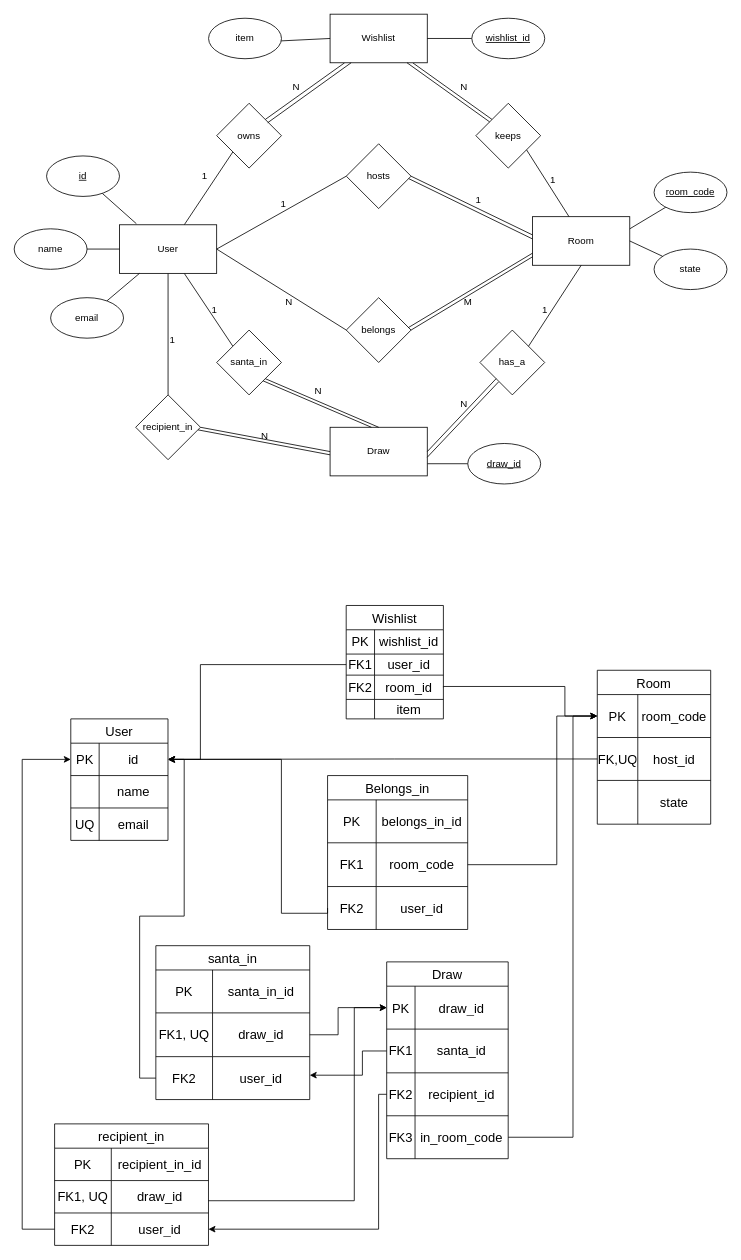
Before: Docs/erd w_ erm (5).drawio.xml in vjloable/secretsanta, a draw.io diagram. Source tidied: cells renumbered, new cells numbered last; positions are measured from the earlier drawing's top-left corner, leaving out a move shared by most shapes. Both pictures are drawn from the tidied source at 81%, with x=0, y=0 at pixel (14, 14).
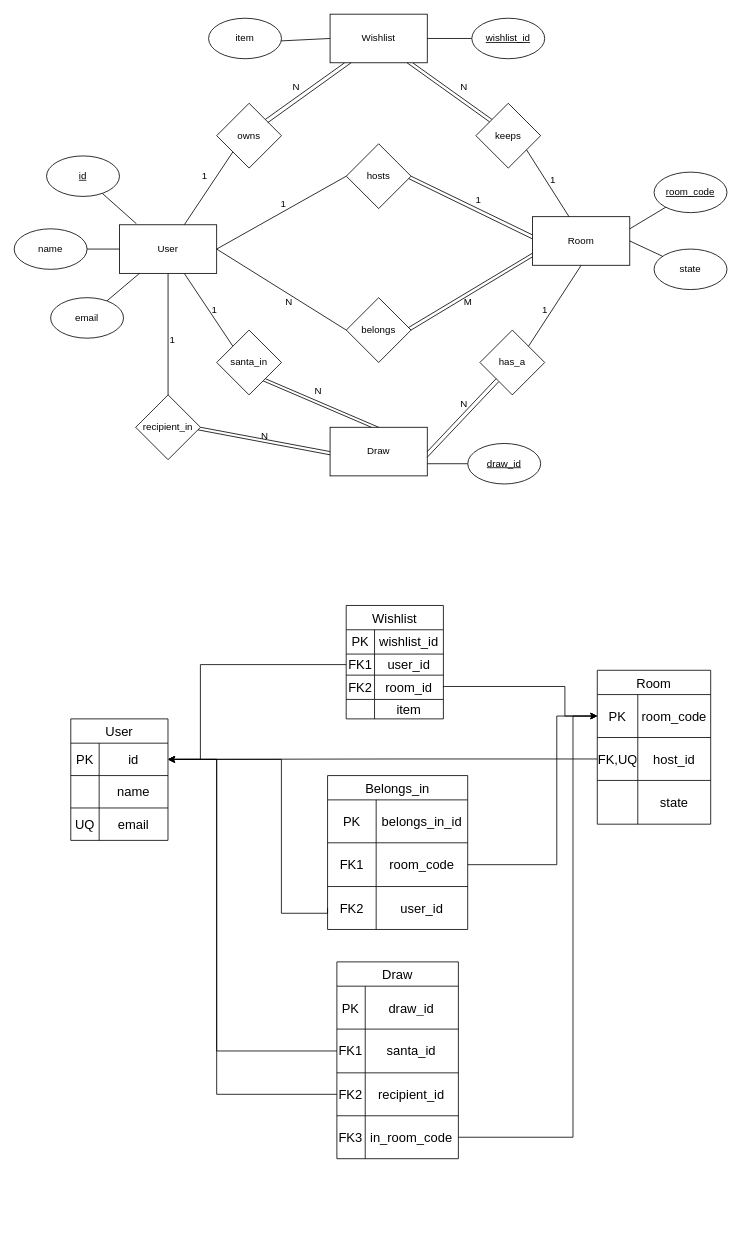
The same diagram, later.

Commit message:
docs: removed santa_in & recipient_in

Unchanged cells that the change refers to:
```xml
<mxCell id="65" style="shape=tableRow;horizontal=0;startSize=0;swimlaneHead=0;swimlaneBody=0;strokeColor=inherit;top=0;left=0;bottom=0;right=0;fillColor=none;points=[[0,0.5],[1,0.5]];portConstraint=eastwest;fontSize=16;" parent="64" vertex="1">
  <mxGeometry y="30" width="120" height="40" as="geometry" />
</mxCell>
<mxCell id="98" style="shape=tableRow;horizontal=0;startSize=0;swimlaneHead=0;swimlaneBody=0;strokeColor=inherit;top=0;left=0;bottom=0;right=0;fillColor=none;points=[[0,0.5],[1,0.5]];portConstraint=eastwest;fontSize=16;" parent="97" vertex="1">
  <mxGeometry y="30" width="150" height="53" as="geometry" />
</mxCell>
<mxCell id="101" style="shape=tableRow;horizontal=0;startSize=0;swimlaneHead=0;swimlaneBody=0;strokeColor=inherit;top=0;left=0;bottom=0;right=0;fillColor=none;points=[[0,0.5],[1,0.5]];portConstraint=eastwest;fontSize=16;" parent="97" vertex="1">
  <mxGeometry y="83" width="150" height="54" as="geometry" />
</mxCell>
<mxCell id="104" style="shape=tableRow;horizontal=0;startSize=0;swimlaneHead=0;swimlaneBody=0;strokeColor=inherit;top=0;left=0;bottom=0;right=0;fillColor=none;points=[[0,0.5],[1,0.5]];portConstraint=eastwest;fontSize=16;" parent="97" vertex="1">
  <mxGeometry y="137" width="150" height="53" as="geometry" />
</mxCell>
```

The edit, as a diff of the source:
```diff
@@
     <mxCell id="97" value="Draw" style="shape=table;startSize=30;childLayout=tableLayout;strokeColor=default;fontSize=16;" parent="1" vertex="1">
-      <mxGeometry x="459.9" y="1170" width="150" height="243" as="geometry" />
+      <mxGeometry x="398.4" y="1170" width="150" height="243" as="geometry" />
     </mxCell>
@@
-    <mxCell id="110" value="santa_in" style="shape=table;startSize=30;childLayout=tableLayout;strokeColor=default;fontSize=16;" parent="1" vertex="1">
-      <mxGeometry x="174.9" y="1150" width="190" height="190" as="geometry" />
-    </mxCell>
-    <mxCell id="111" style="shape=tableRow;horizontal=0;startSize=0;swimlaneHead=0;swimlaneBody=0;strokeColor=inherit;top=0;left=0;bottom=0;right=0;fillColor=none;fontSize=16;" parent="110" vertex="1">
-      <mxGeometry y="30" width="190" height="53" as="geometry" />
-    </mxCell>
-    <mxCell id="112" value="PK" style="shape=partialRectangle;html=1;whiteSpace=wrap;strokeColor=inherit;overflow=hidden;fillColor=none;top=0;left=0;bottom=0;right=0;fontSize=16;" parent="111" vertex="1">
-      <mxGeometry width="70" height="53" as="geometry" />
-    </mxCell>
-    <mxCell id="113" value="santa_in_id" style="shape=partialRectangle;html=1;whiteSpace=wrap;strokeColor=inherit;overflow=hidden;fillColor=none;top=0;left=0;bottom=0;right=0;fontSize=16;" parent="111" vertex="1">
-      <mxGeometry x="70" width="120" height="53" as="geometry" />
-    </mxCell>
-    <mxCell id="114" style="shape=tableRow;horizontal=0;startSize=0;swimlaneHead=0;swimlaneBody=0;strokeColor=inherit;top=0;left=0;bottom=0;right=0;fillColor=none;points=[[0,0.5],[1,0.5]];portConstraint=eastwest;fontSize=16;" parent="110" vertex="1">
-      <mxGeometry y="83" width="190" height="54" as="geometry" />
-    </mxCell>
-    <mxCell id="115" value="FK1, UQ" style="shape=partialRectangle;html=1;whiteSpace=wrap;strokeColor=inherit;overflow=hidden;fillColor=none;top=0;left=0;bottom=0;right=0;fontSize=16;" parent="114" vertex="1">
-      <mxGeometry width="70" height="54" as="geometry" />
-    </mxCell>
-    <mxCell id="116" value="draw_id" style="shape=partialRectangle;html=1;whiteSpace=wrap;strokeColor=inherit;overflow=hidden;fillColor=none;top=0;left=0;bottom=0;right=0;fontSize=16;" parent="114" vertex="1">
-      <mxGeometry x="70" width="120" height="54" as="geometry" />
-    </mxCell>
-    <mxCell id="117" style="shape=tableRow;horizontal=0;startSize=0;swimlaneHead=0;swimlaneBody=0;strokeColor=inherit;top=0;left=0;bottom=0;right=0;fillColor=none;points=[[0,0.5],[1,0.5]];portConstraint=eastwest;fontSize=16;" parent="110" vertex="1">
-      <mxGeometry y="137" width="190" height="53" as="geometry" />
-    </mxCell>
-    <mxCell id="118" value="FK2" style="shape=partialRectangle;html=1;whiteSpace=wrap;strokeColor=inherit;overflow=hidden;fillColor=none;top=0;left=0;bottom=0;right=0;fontSize=16;" parent="117" vertex="1">
-      <mxGeometry width="70" height="53" as="geometry" />
-    </mxCell>
-    <mxCell id="119" value="user_id" style="shape=partialRectangle;html=1;whiteSpace=wrap;strokeColor=inherit;overflow=hidden;fillColor=none;top=0;left=0;bottom=0;right=0;fontSize=16;" parent="117" vertex="1">
-      <mxGeometry x="70" width="120" height="53" as="geometry" />
-    </mxCell>
-    <mxCell id="120" value="recipient_in" style="shape=table;startSize=30;childLayout=tableLayout;strokeColor=default;fontSize=16;" parent="1" vertex="1">
-      <mxGeometry x="49.9" y="1370" width="190" height="150" as="geometry" />
-    </mxCell>
-    <mxCell id="121" style="shape=tableRow;horizontal=0;startSize=0;swimlaneHead=0;swimlaneBody=0;strokeColor=inherit;top=0;left=0;bottom=0;right=0;fillColor=none;fontSize=16;" parent="120" vertex="1">
-      <mxGeometry y="30" width="190" height="40" as="geometry" />
-    </mxCell>
-    <mxCell id="122" value="PK" style="shape=partialRectangle;html=1;whiteSpace=wrap;strokeColor=inherit;overflow=hidden;fillColor=none;top=0;left=0;bottom=0;right=0;fontSize=16;" parent="121" vertex="1">
-      <mxGeometry width="70" height="40" as="geometry" />
-    </mxCell>
-    <mxCell id="123" value="recipient_in_id" style="shape=partialRectangle;html=1;whiteSpace=wrap;strokeColor=inherit;overflow=hidden;fillColor=none;top=0;left=0;bottom=0;right=0;fontSize=16;" parent="121" vertex="1">
-      <mxGeometry x="70" width="120" height="40" as="geometry" />
-    </mxCell>
-    <mxCell id="124" style="shape=tableRow;horizontal=0;startSize=0;swimlaneHead=0;swimlaneBody=0;strokeColor=inherit;top=0;left=0;bottom=0;right=0;fillColor=none;points=[[0,0.5],[1,0.5]];portConstraint=eastwest;fontSize=16;" parent="120" vertex="1">
-      <mxGeometry y="70" width="190" height="40" as="geometry" />
-    </mxCell>
-    <mxCell id="125" value="FK1, UQ" style="shape=partialRectangle;html=1;whiteSpace=wrap;strokeColor=inherit;overflow=hidden;fillColor=none;top=0;left=0;bottom=0;right=0;fontSize=16;" parent="124" vertex="1">
-      <mxGeometry width="70" height="40" as="geometry" />
-    </mxCell>
-    <mxCell id="126" value="draw_id" style="shape=partialRectangle;html=1;whiteSpace=wrap;strokeColor=inherit;overflow=hidden;fillColor=none;top=0;left=0;bottom=0;right=0;fontSize=16;" parent="124" vertex="1">
-      <mxGeometry x="70" width="120" height="40" as="geometry" />
-    </mxCell>
-    <mxCell id="127" style="shape=tableRow;horizontal=0;startSize=0;swimlaneHead=0;swimlaneBody=0;strokeColor=inherit;top=0;left=0;bottom=0;right=0;fillColor=none;points=[[0,0.5],[1,0.5]];portConstraint=eastwest;fontSize=16;" parent="120" vertex="1">
-      <mxGeometry y="110" width="190" height="40" as="geometry" />
-    </mxCell>
-    <mxCell id="128" value="FK2" style="shape=partialRectangle;html=1;whiteSpace=wrap;strokeColor=inherit;overflow=hidden;fillColor=none;top=0;left=0;bottom=0;right=0;fontSize=16;" parent="127" vertex="1">
-      <mxGeometry width="70" height="40" as="geometry" />
-    </mxCell>
-    <mxCell id="129" value="user_id" style="shape=partialRectangle;html=1;whiteSpace=wrap;strokeColor=inherit;overflow=hidden;fillColor=none;top=0;left=0;bottom=0;right=0;fontSize=16;" parent="127" vertex="1">
-      <mxGeometry x="70" width="120" height="40" as="geometry" />
-    </mxCell>
-    <mxCell id="130" style="edgeStyle=orthogonalEdgeStyle;rounded=0;jettySize=auto;html=1;entryX=0;entryY=0.5;entryDx=0;entryDy=0;exitX=0.999;exitY=0.622;exitDx=0;exitDy=0;exitPerimeter=0;" parent="1" edge="1" source="124" target="98">
-      <mxGeometry relative="1" as="geometry">
-        <Array as="points">
-          <mxPoint x="419.9" y="1465" />
-          <mxPoint x="419.9" y="1227" />
-        </Array>
-      </mxGeometry>
-    </mxCell>
-    <mxCell id="131" style="edgeStyle=orthogonalEdgeStyle;rounded=0;jettySize=auto;html=1;exitX=1;exitY=0.5;exitDx=0;exitDy=0;entryX=0;entryY=0.5;entryDx=0;entryDy=0;" parent="1" edge="1" source="114" target="98">
-      <mxGeometry relative="1" as="geometry">
-        <Array as="points">
-          <mxPoint x="399.9" y="1260" />
-          <mxPoint x="399.9" y="1227" />
-          <mxPoint x="459.9" y="1227" />
-        </Array>
-      </mxGeometry>
-    </mxCell>
-    <mxCell id="132" style="edgeStyle=orthogonalEdgeStyle;rounded=0;jettySize=auto;html=1;entryX=0;entryY=0.5;entryDx=0;entryDy=0;" parent="1" edge="1" target="65">
-      <mxGeometry relative="1" as="geometry">
-        <mxPoint x="49.9" y="1500" as="sourcePoint" />
-        <Array as="points">
-          <mxPoint x="49.9" y="1500" />
-          <mxPoint x="9.9" y="1500" />
-          <mxPoint x="9.9" y="920" />
-        </Array>
-      </mxGeometry>
-    </mxCell>
-    <mxCell id="133" style="edgeStyle=orthogonalEdgeStyle;rounded=0;jettySize=auto;html=1;entryX=1;entryY=0.5;entryDx=0;entryDy=0;exitX=0;exitY=0.5;exitDx=0;exitDy=0;" parent="1" edge="1" source="117" target="65">
-      <mxGeometry relative="1" as="geometry" />
-    </mxCell>
-    <mxCell id="134" style="edgeStyle=orthogonalEdgeStyle;rounded=0;jettySize=auto;html=1;entryX=1;entryY=0.5;entryDx=0;entryDy=0;exitX=0;exitY=0.5;exitDx=0;exitDy=0;" parent="1" edge="1" source="104" target="127">
+    <mxCell id="134" style="edgeStyle=orthogonalEdgeStyle;rounded=0;jettySize=auto;html=1;entryX=1;entryY=0.5;entryDx=0;entryDy=0;exitX=0;exitY=0.5;exitDx=0;exitDy=0;" parent="1" edge="1" source="104" target="65">
       <mxGeometry relative="1" as="geometry">
         <Array as="points">
-          <mxPoint x="449.9" y="1334" />
-          <mxPoint x="449.9" y="1500" />
+          <mxPoint x="250" y="1334" />
+          <mxPoint x="250" y="920" />
         </Array>
       </mxGeometry>
     </mxCell>
-    <mxCell id="135" style="edgeStyle=orthogonalEdgeStyle;rounded=0;jettySize=auto;html=1;exitX=0;exitY=0.5;exitDx=0;exitDy=0;entryX=1;entryY=0.432;entryDx=0;entryDy=0;entryPerimeter=0;" parent="1" edge="1" source="101" target="117">
+    <mxCell id="135" style="edgeStyle=orthogonalEdgeStyle;rounded=0;jettySize=auto;html=1;exitX=0;exitY=0.5;exitDx=0;exitDy=0;entryX=1;entryY=0.5;entryDx=0;entryDy=0;" parent="1" edge="1" source="101" target="65">
       <mxGeometry relative="1" as="geometry">
         <Array as="points">
-          <mxPoint x="429.9" y="1280" />
-          <mxPoint x="429.9" y="1310" />
+          <mxPoint x="250" y="1280" />
+          <mxPoint x="250" y="920" />
         </Array>
       </mxGeometry>
     </mxCell>
```
